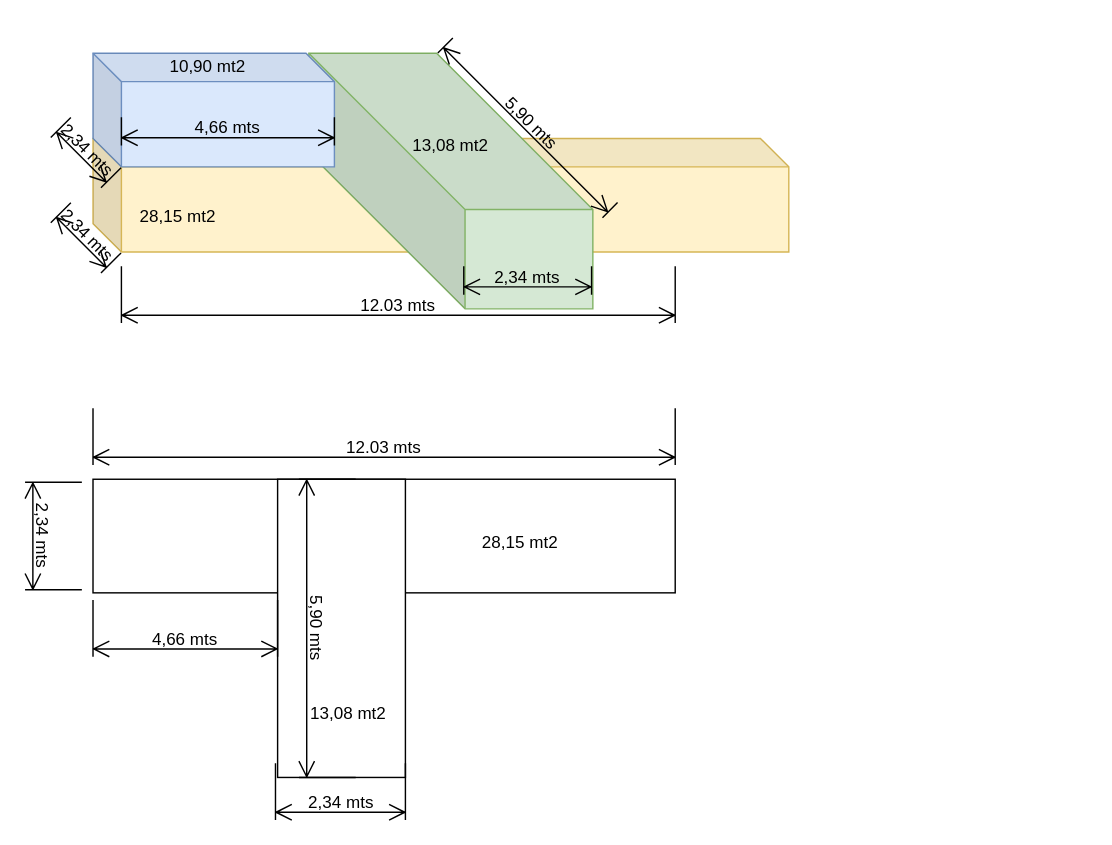
This is Casa.drawio from lcastrose/architecture, a draw.io file, before an edit. Source tidied: cells renumbered, new cells numbered last; positions are measured from the earlier drawing's top-left corner, leaving out a move shared by most shapes. Both pictures are drawn from the tidied source at 142%, with x=0, y=0 at pixel (-1, 45).
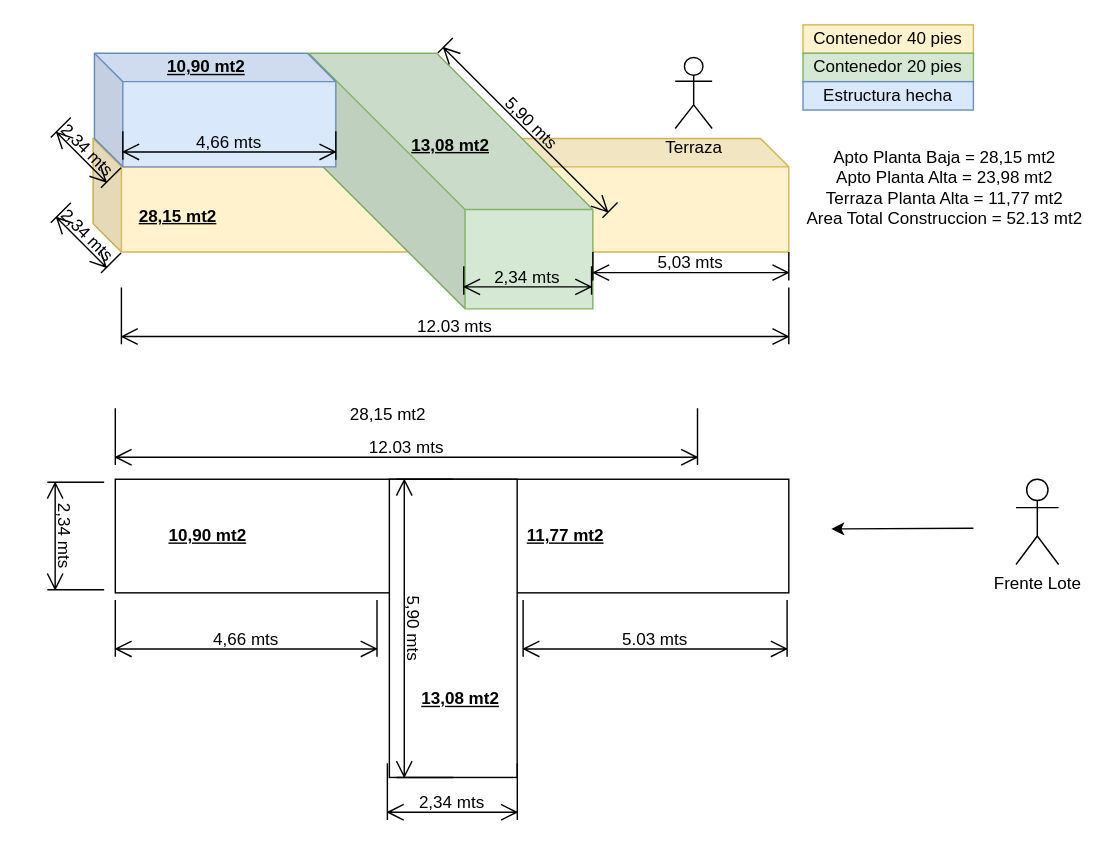
After the change.

What changed in the source:
```diff
@@
     <mxCell id="4" style="rounded=0;whiteSpace=wrap;html=1;" parent="1" vertex="1">
-      <mxGeometry x="66" y="305" width="410" height="80" as="geometry" />
+      <mxGeometry x="81.7" y="305" width="474.3" height="80" as="geometry" />
     </mxCell>
     <mxCell id="5" style="rounded=0;whiteSpace=wrap;html=1;" parent="1" vertex="1">
-      <mxGeometry x="196" y="305" width="90" height="210" as="geometry" />
+      <mxGeometry x="274.7" y="305" width="90" height="210" as="geometry" />
     </mxCell>
     <mxCell id="6" value="12.03 mts" style="shape=dimension;whiteSpace=wrap;html=1;align=center;verticalAlign=bottom;spacingBottom=3;labelBackgroundColor=none;" parent="1" vertex="1">
-      <mxGeometry x="86" y="155" width="390" height="40" as="geometry" />
+      <mxGeometry x="86" y="170" width="470" height="40" as="geometry" />
     </mxCell>
@@
     <mxCell id="9" value="12.03 mts" style="shape=dimension;whiteSpace=wrap;html=1;align=center;verticalAlign=bottom;spacingBottom=3;labelBackgroundColor=none;" parent="1" vertex="1">
-      <mxGeometry x="66" y="255" width="410" height="40" as="geometry" />
+      <mxGeometry x="81.7" y="255" width="410" height="40" as="geometry" />
     </mxCell>
     <mxCell id="10" value="2,34 mts" style="shape=dimension;whiteSpace=wrap;html=1;align=center;verticalAlign=bottom;spacingBottom=3;labelBackgroundColor=none;" parent="1" vertex="1">
-      <mxGeometry x="194.5" y="505" width="91.5" height="40" as="geometry" />
+      <mxGeometry x="273.3" y="505" width="91.5" height="40" as="geometry" />
     </mxCell>
     <mxCell id="11" value="2,34 mts" style="shape=dimension;whiteSpace=wrap;html=1;align=center;verticalAlign=bottom;spacingBottom=3;labelBackgroundColor=none;rotation=90;" parent="1" vertex="1">
-      <mxGeometry x="0.3" y="325" width="75.7" height="40" as="geometry" />
+      <mxGeometry x="16" y="325" width="75.7" height="40" as="geometry" />
     </mxCell>
     <mxCell id="12" value="5,90 mts" style="shape=dimension;whiteSpace=wrap;html=1;align=center;verticalAlign=bottom;spacingBottom=3;labelBackgroundColor=none;rotation=90;" parent="1" vertex="1">
-      <mxGeometry x="126" y="390" width="210" height="40" as="geometry" />
+      <mxGeometry x="194.7" y="390" width="210" height="40" as="geometry" />
     </mxCell>
-    <mxCell id="13" value="28,15 mt2" style="text;html=1;align=center;verticalAlign=middle;whiteSpace=wrap;rounded=0;" parent="1" vertex="1">
+    <mxCell id="13" value="28,15 mt2" style="text;html=1;align=center;verticalAlign=middle;whiteSpace=wrap;rounded=0;fontStyle=5;fontColor=#000000;" parent="1" vertex="1">
       <mxGeometry x="86" y="105" width="80" height="30" as="geometry" />
     </mxCell>
-    <mxCell id="14" value="13,08 mt2" style="text;html=1;align=center;verticalAlign=middle;whiteSpace=wrap;rounded=0;" parent="1" vertex="1">
+    <mxCell id="14" value="13,08 mt2" style="text;html=1;align=center;verticalAlign=middle;whiteSpace=wrap;rounded=0;fontStyle=5;fontColor=#000000;" parent="1" vertex="1">
       <mxGeometry x="278" y="55" width="80" height="30" as="geometry" />
     </mxCell>
-    <mxCell id="15" value="13,08 mt2" style="text;html=1;align=center;verticalAlign=middle;whiteSpace=wrap;rounded=0;" parent="1" vertex="1">
-      <mxGeometry x="206" y="455" width="80" height="30" as="geometry" />
+    <mxCell id="15" value="13,08 mt2" style="text;html=1;align=center;verticalAlign=middle;whiteSpace=wrap;rounded=0;fontStyle=5;fontColor=#000000;" parent="1" vertex="1">
+      <mxGeometry x="284.7" y="445" width="80" height="30" as="geometry" />
     </mxCell>
     <mxCell id="16" value="28,15 mt2" style="text;html=1;align=center;verticalAlign=middle;whiteSpace=wrap;rounded=0;" parent="1" vertex="1">
-      <mxGeometry x="327.1" y="335" width="80" height="30" as="geometry" />
+      <mxGeometry x="233.7" y="245" width="80" height="30" as="geometry" />
     </mxCell>
     <mxCell id="17" style="shape=cube;whiteSpace=wrap;html=1;boundedLbl=1;backgroundOutline=1;darkOpacity=0.05;darkOpacity2=0.1;size=20;fillColor=#dae8fc;strokeColor=#6c8ebf;" parent="1" vertex="1">
-      <mxGeometry x="66" y="5" width="170" height="80" as="geometry" />
+      <mxGeometry x="67" y="5" width="170" height="80" as="geometry" />
     </mxCell>
     <mxCell id="18" value="4,66 mts" style="shape=dimension;whiteSpace=wrap;html=1;align=center;verticalAlign=bottom;spacingBottom=3;labelBackgroundColor=none;" parent="1" vertex="1">
-      <mxGeometry x="66" y="390" width="130" height="40" as="geometry" />
+      <mxGeometry x="81.7" y="390" width="184.3" height="40" as="geometry" />
     </mxCell>
@@
-    <mxCell id="20" value="4,66 mts" style="shape=dimension;whiteSpace=wrap;html=1;align=center;verticalAlign=bottom;spacingBottom=3;labelBackgroundColor=none;" parent="1" vertex="1">
-      <mxGeometry x="86" y="50" width="150" height="20" as="geometry" />
+    <mxCell id="20" value="5,03 mts" style="shape=dimension;whiteSpace=wrap;html=1;align=center;verticalAlign=bottom;spacingBottom=3;labelBackgroundColor=none;" parent="1" vertex="1">
+      <mxGeometry x="418" y="145" width="138" height="20" as="geometry" />
     </mxCell>
@@
-    <mxCell id="22" value="10,90 mt2" style="text;html=1;align=center;verticalAlign=middle;whiteSpace=wrap;rounded=0;" parent="1" vertex="1">
-      <mxGeometry x="107" width="80" height="30" as="geometry" />
+    <mxCell id="22" value="10,90 mt2" style="text;html=1;align=center;verticalAlign=middle;whiteSpace=wrap;rounded=0;fontStyle=5;fontColor=#000000;" parent="1" vertex="1">
+      <mxGeometry x="106" width="80" height="30" as="geometry" />
     </mxCell>
+    <mxCell id="23" value="4,66 mts" style="shape=dimension;whiteSpace=wrap;html=1;align=center;verticalAlign=bottom;spacingBottom=3;labelBackgroundColor=none;" parent="1" vertex="1">
+      <mxGeometry x="87" y="60" width="150" height="20" as="geometry" />
+    </mxCell>
+    <mxCell id="24" value="Terraza" style="shape=umlActor;verticalLabelPosition=bottom;verticalAlign=top;html=1;" parent="1" vertex="1">
+      <mxGeometry x="476" y="8" width="26" height="50" as="geometry" />
+    </mxCell>
+    <mxCell id="25" value="10,90 mt2" style="text;html=1;align=center;verticalAlign=middle;whiteSpace=wrap;rounded=0;fontStyle=5;fontColor=#000000;" parent="1" vertex="1">
+      <mxGeometry x="106.7" y="330" width="80" height="30" as="geometry" />
+    </mxCell>
+    <mxCell id="26" value="11,77 mt2" style="text;html=1;align=center;verticalAlign=middle;whiteSpace=wrap;rounded=0;fontStyle=5;fontColor=#000000;" parent="1" vertex="1">
+      <mxGeometry x="358.8" y="330" width="80" height="30" as="geometry" />
+    </mxCell>
+    <mxCell id="27" value="5.03 mts" style="shape=dimension;whiteSpace=wrap;html=1;align=center;verticalAlign=bottom;spacingBottom=3;labelBackgroundColor=none;" parent="1" vertex="1">
+      <mxGeometry x="368.9" y="390" width="185.9" height="40" as="geometry" />
+    </mxCell>
+    <mxCell id="28" value="Apto Planta Baja = 28,15 mt2&lt;div&gt;Apto Planta Alta = 23,98 mt2&lt;/div&gt;&lt;div&gt;Terraza Planta Alta = 11,77 mt2&lt;/div&gt;&lt;div&gt;Area Total Construccion = 52.13 mt2&lt;/div&gt;" style="text;html=1;align=center;verticalAlign=middle;whiteSpace=wrap;rounded=0;" parent="1" vertex="1">
+      <mxGeometry x="566" y="85" width="200" height="30" as="geometry" />
+    </mxCell>
+    <mxCell id="29" value="Contenedor 40 pies" style="rounded=0;whiteSpace=wrap;html=1;fillColor=#fff2cc;strokeColor=#d6b656;" parent="1" vertex="1">
+      <mxGeometry x="566" y="-15" width="120" height="20" as="geometry" />
+    </mxCell>
+    <mxCell id="30" value="Contenedor 20 pies" style="rounded=0;whiteSpace=wrap;html=1;fillColor=#d5e8d4;strokeColor=#82b366;" parent="1" vertex="1">
+      <mxGeometry x="566" y="5" width="120" height="20" as="geometry" />
+    </mxCell>
+    <mxCell id="31" value="Estructura hecha" style="rounded=0;whiteSpace=wrap;html=1;fillColor=#dae8fc;strokeColor=#6c8ebf;" parent="1" vertex="1">
+      <mxGeometry x="566" y="25" width="120" height="20" as="geometry" />
+    </mxCell>
+    <mxCell id="32" value="Frente Lote" style="shape=umlActor;verticalLabelPosition=bottom;verticalAlign=top;html=1;" parent="1" vertex="1">
+      <mxGeometry x="716" y="305" width="30" height="60" as="geometry" />
+    </mxCell>
+    <mxCell id="33" style="endArrow=classic;html=1;rounded=0;" parent="1" edge="1">
+      <mxGeometry relative="1" as="geometry">
+        <mxPoint x="686" y="339.5" as="sourcePoint" />
+        <mxPoint x="586" y="340" as="targetPoint" />
+      </mxGeometry>
+    </mxCell>
```
